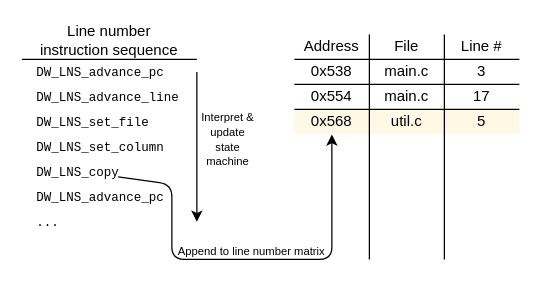
Earlier version of the draw.io diagram labs/8-dwarf-parsing/images/line-number-program.drawio (dddrrreee/cs340lx-25aut). Source tidied: cells renumbered, new cells numbered last; positions are measured from the earlier drawing's top-left corner, leaving out a move shared by most shapes. Both pictures are drawn from the tidied source at 125%, with x=0, y=0 at pixel (21, 21).
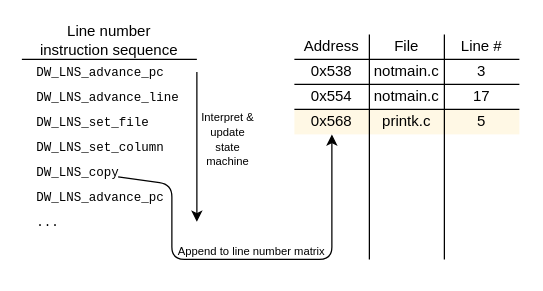
Above is the later version.

What changed in the source:
```diff
@@
-    <mxCell id="20" value="main.c" style="text;html=1;strokeColor=none;fillColor=none;align=center;verticalAlign=middle;whiteSpace=wrap;rounded=0;" parent="1" vertex="1">
+    <mxCell id="20" value="notmain.c" style="text;html=1;strokeColor=none;fillColor=none;align=center;verticalAlign=middle;whiteSpace=wrap;rounded=0;" parent="1" vertex="1">
       <mxGeometry x="278" y="30" width="60" height="20" as="geometry" />
     </mxCell>
@@
-    <mxCell id="23" value="main.c" style="text;html=1;strokeColor=none;fillColor=none;align=center;verticalAlign=middle;whiteSpace=wrap;rounded=0;" parent="1" vertex="1">
+    <mxCell id="23" value="notmain.c" style="text;html=1;strokeColor=none;fillColor=none;align=center;verticalAlign=middle;whiteSpace=wrap;rounded=0;" parent="1" vertex="1">
       <mxGeometry x="278" y="50" width="60" height="20" as="geometry" />
     </mxCell>
-    <mxCell id="24" value="util.c" style="text;html=1;strokeColor=none;fillColor=none;align=center;verticalAlign=middle;whiteSpace=wrap;rounded=0;" parent="1" vertex="1">
+    <mxCell id="24" value="printk.c" style="text;html=1;strokeColor=none;fillColor=none;align=center;verticalAlign=middle;whiteSpace=wrap;rounded=0;" parent="1" vertex="1">
       <mxGeometry x="278" y="70" width="60" height="20" as="geometry" />
     </mxCell>
```
